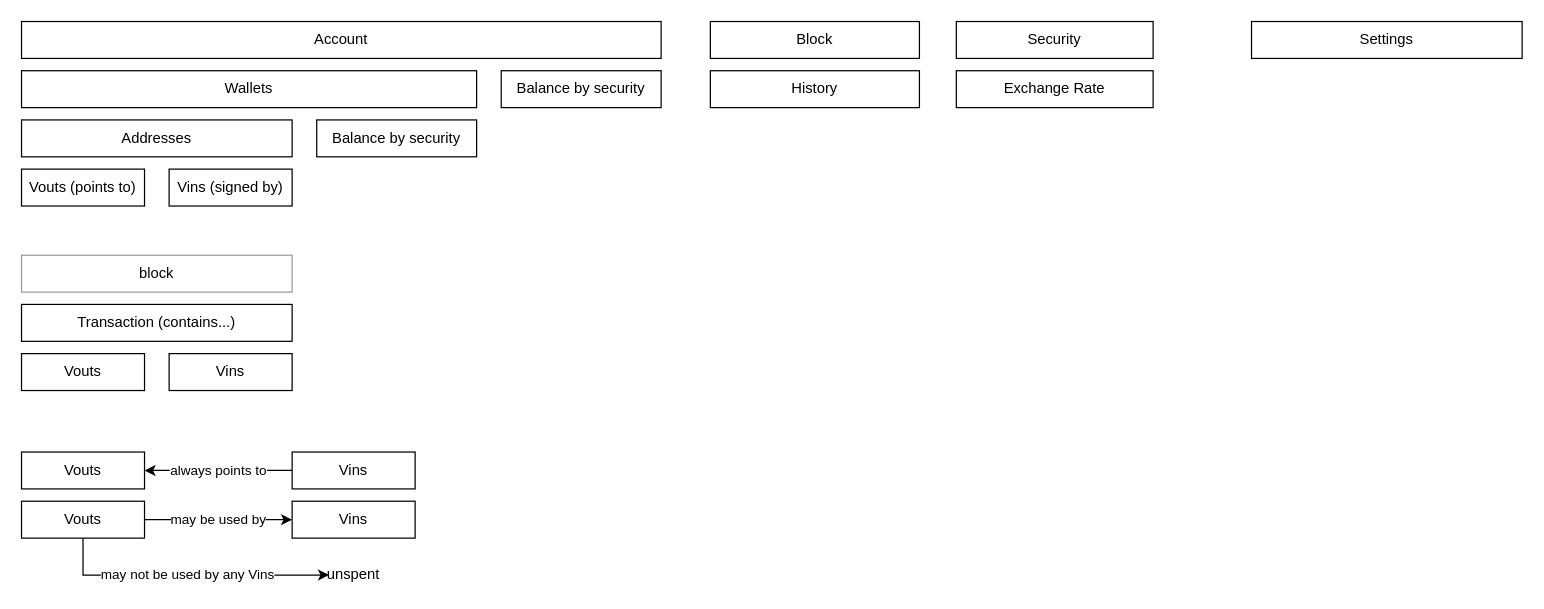
This is raven_back/docs/diagrams/hierarchy.drawio from moontreeapp/moontree, a draw.io file, before an edit. Source tidied: cells renumbered, new cells numbered last; positions are measured from the earlier drawing's top-left corner, leaving out a move shared by most shapes. Both pictures are drawn from the tidied source at 123%, with x=0, y=0 at pixel (21, 21).
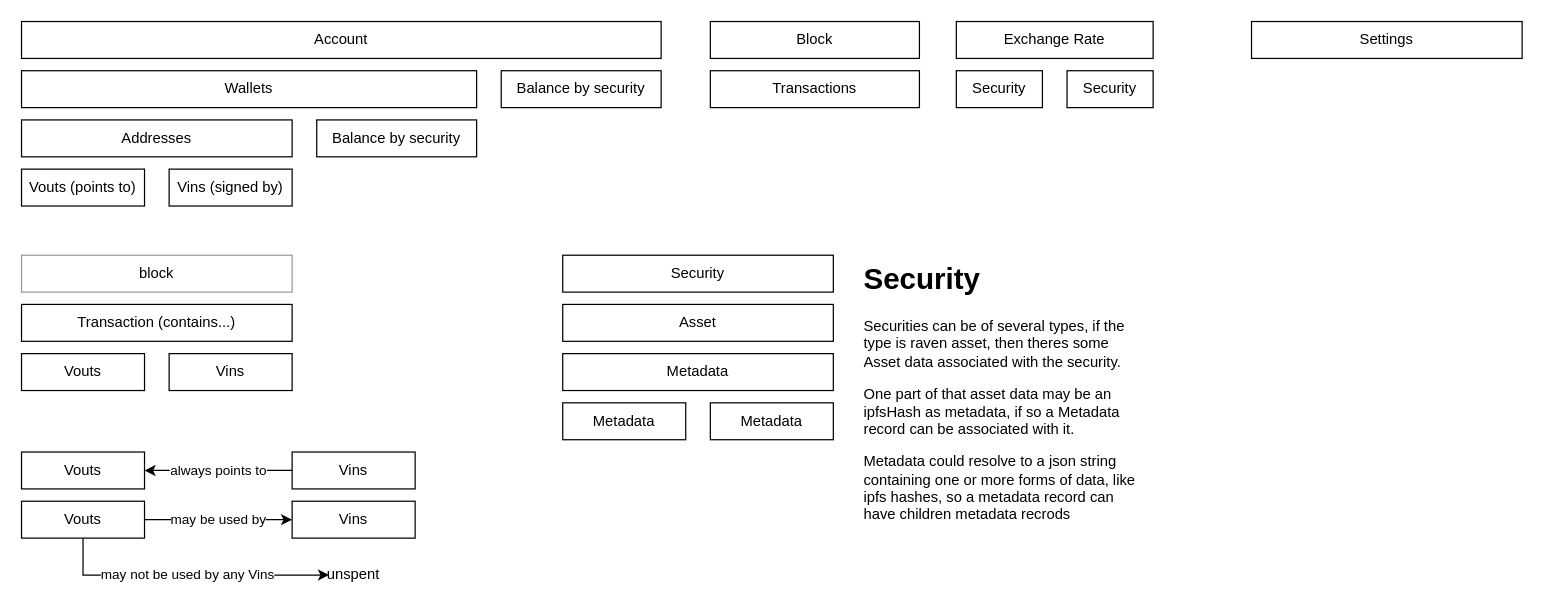
After the change.

The edit, as a diff of the source:
```diff
@@
-    <mxCell id="9" value="History" style="rounded=0;whiteSpace=wrap;html=1;" parent="1" vertex="1">
+    <mxCell id="9" value="Transactions" style="rounded=0;whiteSpace=wrap;html=1;" parent="1" vertex="1">
       <mxGeometry x="560" y="40" width="170" height="30" as="geometry" />
     </mxCell>
     <mxCell id="10" value="Security" style="rounded=0;whiteSpace=wrap;html=1;" parent="1" vertex="1">
-      <mxGeometry x="760" width="160" height="30" as="geometry" />
+      <mxGeometry x="760" y="40" width="70" height="30" as="geometry" />
     </mxCell>
     <mxCell id="11" value="Exchange Rate" style="rounded=0;whiteSpace=wrap;html=1;" parent="1" vertex="1">
-      <mxGeometry x="760" y="40" width="160" height="30" as="geometry" />
+      <mxGeometry x="760" width="160" height="30" as="geometry" />
     </mxCell>
@@
+    <mxCell id="26" value="Asset" style="rounded=0;whiteSpace=wrap;html=1;" parent="1" vertex="1">
+      <mxGeometry x="440" y="230" width="220" height="30" as="geometry" />
+    </mxCell>
+    <mxCell id="27" value="Security" style="rounded=0;whiteSpace=wrap;html=1;" parent="1" vertex="1">
+      <mxGeometry x="440" y="190" width="220" height="30" as="geometry" />
+    </mxCell>
+    <mxCell id="28" value="Security" style="rounded=0;whiteSpace=wrap;html=1;" parent="1" vertex="1">
+      <mxGeometry x="850" y="40" width="70" height="30" as="geometry" />
+    </mxCell>
+    <mxCell id="29" value="Metadata" style="rounded=0;whiteSpace=wrap;html=1;" parent="1" vertex="1">
+      <mxGeometry x="440" y="270" width="220" height="30" as="geometry" />
+    </mxCell>
+    <mxCell id="30" value="Metadata" style="rounded=0;whiteSpace=wrap;html=1;" parent="1" vertex="1">
+      <mxGeometry x="440" y="310" width="100" height="30" as="geometry" />
+    </mxCell>
+    <mxCell id="31" value="Metadata" style="rounded=0;whiteSpace=wrap;html=1;" parent="1" vertex="1">
+      <mxGeometry x="560" y="310" width="100" height="30" as="geometry" />
+    </mxCell>
+    <mxCell id="32" value="&lt;h1&gt;Security&lt;/h1&gt;&lt;p&gt;Securities can be of several types, if the type is raven asset, then theres some Asset data associated with the security.&amp;nbsp;&lt;/p&gt;&lt;p&gt;One part of that asset data may be an ipfsHash as metadata, if so a Metadata record can be associated with it.&amp;nbsp;&lt;/p&gt;&lt;p&gt;&lt;span&gt;Metadata could resolve to a json string containing one or more forms of data, like ipfs hashes, so a metadata record can have children metadata recrods&lt;/span&gt;&lt;br&gt;&lt;/p&gt;" style="text;html=1;strokeColor=none;fillColor=none;spacing=5;spacingTop=-20;whiteSpace=wrap;overflow=hidden;rounded=0;" parent="1" vertex="1">
+      <mxGeometry x="680" y="190" width="240" height="240" as="geometry" />
+    </mxCell>
```
